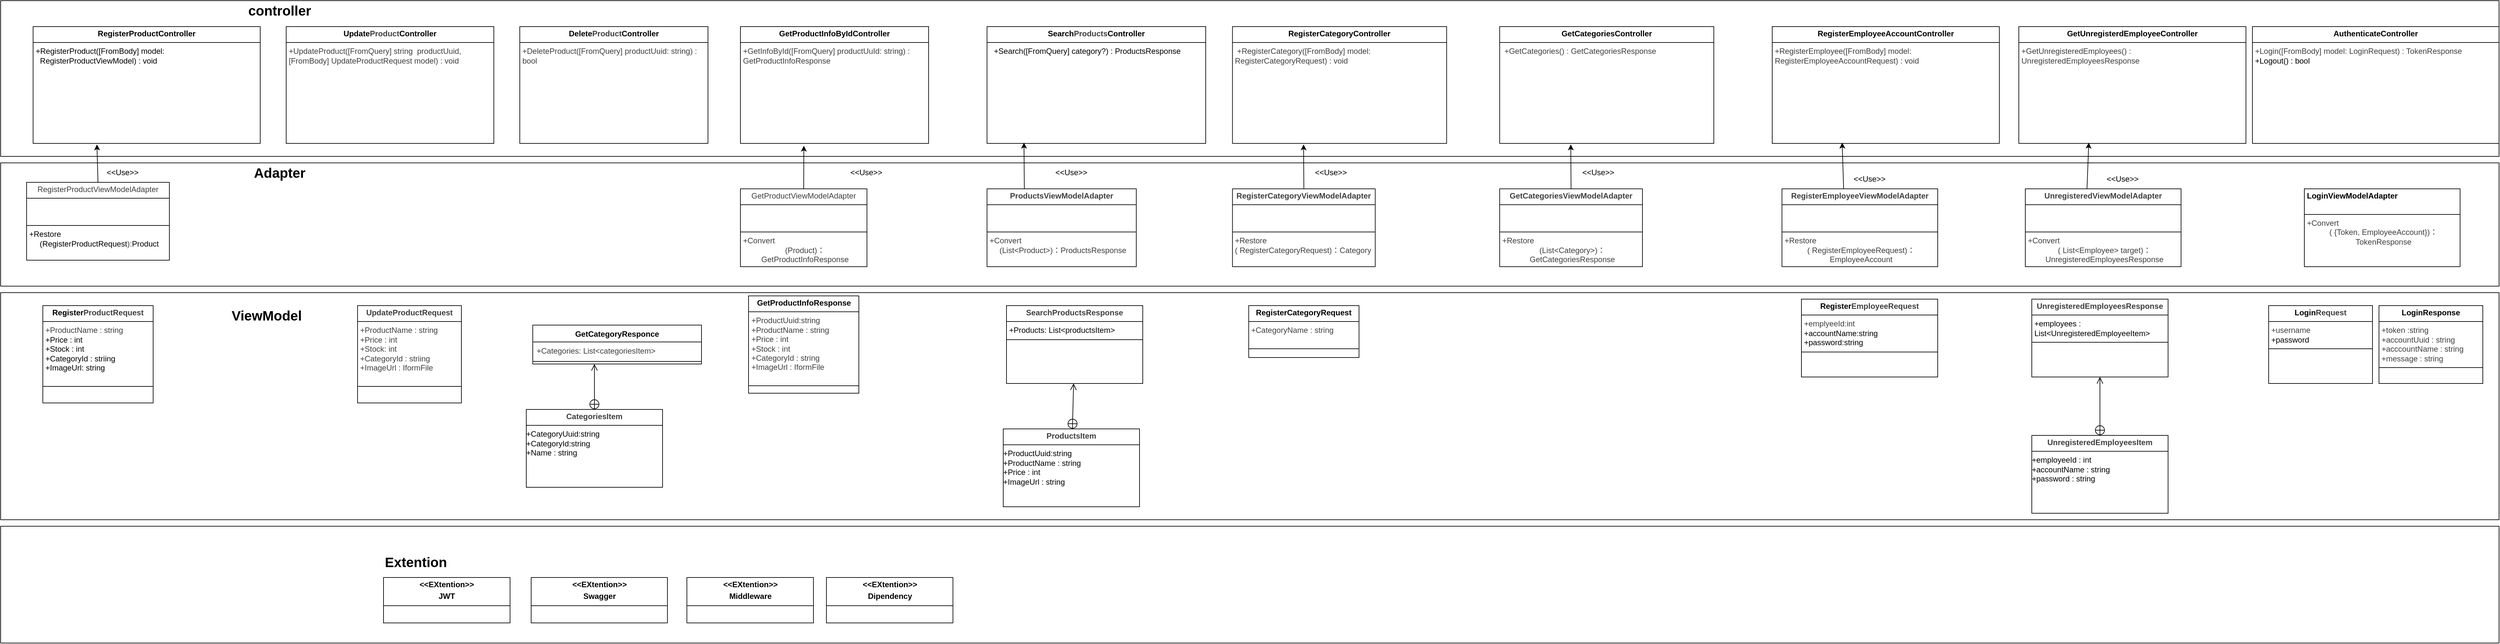
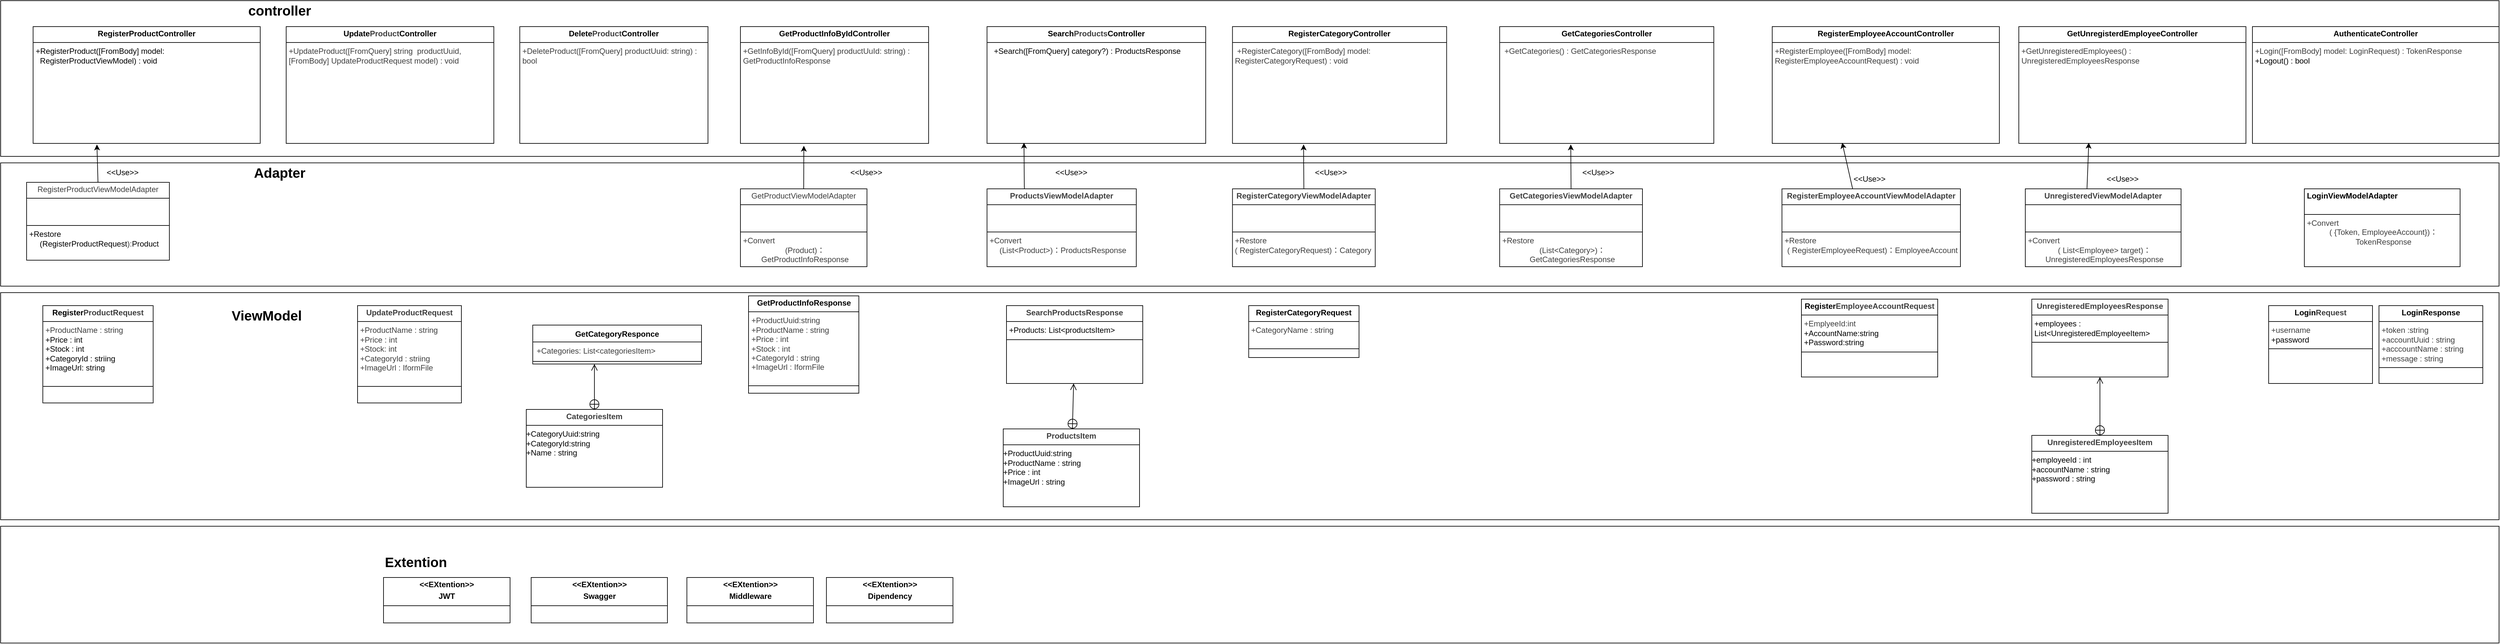
<mxfile host="65bd71144e">
    <diagram id="EApjV0AEF5bl3lN2ML2e" name="ページ1">
-         <mxGraphModel dx="2870" dy="493" grid="1" gridSize="10" guides="1" tooltips="1" connect="1" arrows="1" fold="1" page="1" pageScale="1" pageWidth="827" pageHeight="1169" math="0" shadow="0">
+         <mxGraphModel dx="2046" dy="498" grid="1" gridSize="10" guides="1" tooltips="1" connect="1" arrows="1" fold="1" page="1" pageScale="1" pageWidth="827" pageHeight="1169" math="0" shadow="0">
            <root>
                <mxCell id="0"/>
                <mxCell id="1" parent="0"/>
                <mxCell id="115" value="" style="rounded=0;whiteSpace=wrap;html=1;" parent="1" vertex="1">
                    <mxGeometry x="-1030" y="1640" width="3850" height="180" as="geometry"/>
                </mxCell>
                <mxCell id="110" value="" style="rounded=0;whiteSpace=wrap;html=1;" parent="1" vertex="1">
                    <mxGeometry x="-1030" y="1280" width="3850" height="350" as="geometry"/>
                </mxCell>
                <mxCell id="108" value="" style="rounded=0;whiteSpace=wrap;html=1;" parent="1" vertex="1">
                    <mxGeometry x="-1030" y="830" width="3850" height="240" as="geometry"/>
                </mxCell>
                <mxCell id="66" value="" style="rounded=0;whiteSpace=wrap;html=1;" parent="1" vertex="1">
                    <mxGeometry x="-1030" y="1080" width="3850" height="190" as="geometry"/>
                </mxCell>
                <mxCell id="2" value="&lt;p style=&quot;margin:0px;margin-top:4px;text-align:center;&quot;&gt;&lt;b&gt;RegisterProductController&lt;/b&gt;&lt;/p&gt;&lt;hr size=&quot;1&quot; style=&quot;border-style:solid;&quot;&gt;&lt;p style=&quot;margin:0px;margin-left:4px;&quot;&gt;+RegisterProduct([FromBody] model:&amp;nbsp; &amp;nbsp;&amp;nbsp;&lt;/p&gt;&lt;p style=&quot;margin:0px;margin-left:4px;&quot;&gt;&amp;nbsp; RegisterProductViewModel) : void&lt;/p&gt;&lt;div&gt;&lt;br&gt;&lt;/div&gt;" style="verticalAlign=top;align=left;overflow=fill;html=1;whiteSpace=wrap;" parent="1" vertex="1">
                    <mxGeometry x="-980" y="870" width="350" height="180" as="geometry"/>
                </mxCell>
                <mxCell id="3" value="&lt;p style=&quot;margin:0px;margin-top:4px;text-align:center;&quot;&gt;&lt;b&gt;Register&lt;span style=&quot;color: rgb(63, 63, 63);&quot;&gt;ProductRequest&lt;/span&gt;&lt;/b&gt;&lt;/p&gt;&lt;hr size=&quot;1&quot; style=&quot;border-style:solid;&quot;&gt;&lt;p style=&quot;margin:0px;margin-left:4px;&quot;&gt;&lt;span style=&quot;color: rgb(63, 63, 63); background-color: transparent;&quot;&gt;+ProductName : string&lt;/span&gt;&lt;/p&gt;&lt;p style=&quot;margin:0px;margin-left:4px;&quot;&gt;+Price : int&lt;/p&gt;&lt;p style=&quot;margin:0px;margin-left:4px;&quot;&gt;+Stock : int&lt;/p&gt;&lt;p style=&quot;margin:0px;margin-left:4px;&quot;&gt;+CategoryId : striing&lt;/p&gt;&lt;p style=&quot;margin:0px;margin-left:4px;&quot;&gt;+ImageUrl: string&lt;/p&gt;&lt;p style=&quot;margin:0px;margin-left:4px;&quot;&gt;&lt;br&gt;&lt;/p&gt;&lt;hr size=&quot;1&quot; style=&quot;border-style:solid;&quot;&gt;&lt;p style=&quot;margin:0px;margin-left:4px;&quot;&gt;&lt;br&gt;&lt;/p&gt;" style="verticalAlign=top;align=left;overflow=fill;html=1;whiteSpace=wrap;" parent="1" vertex="1">
                    <mxGeometry x="-965" y="1300" width="170" height="150" as="geometry"/>
                </mxCell>
                <mxCell id="4" value="&lt;p style=&quot;margin:0px;margin-top:4px;text-align:center;&quot;&gt;&lt;span style=&quot;color: rgb(63, 63, 63); background-color: transparent;&quot;&gt;Register&lt;span style=&quot;color: rgb(63, 63, 63); scrollbar-color: rgb(226, 226, 226) rgb(251, 251, 251);&quot;&gt;Product&lt;/span&gt;ViewModelAdapter&lt;/span&gt;&lt;/p&gt;&lt;hr size=&quot;1&quot; style=&quot;border-style:solid;&quot;&gt;&lt;p style=&quot;margin:0px;margin-left:4px;&quot;&gt;&lt;br&gt;&lt;/p&gt;&lt;p style=&quot;margin:0px;margin-left:4px;&quot;&gt;&lt;br&gt;&lt;/p&gt;&lt;hr size=&quot;1&quot; style=&quot;border-style:solid;&quot;&gt;&lt;p style=&quot;margin:0px;margin-left:4px;&quot;&gt;+Restore&lt;/p&gt;&lt;p style=&quot;text-align: center; margin: 0px 0px 0px 4px;&quot;&gt;&lt;span style=&quot;background-color: transparent;&quot;&gt;(RegisterProductRequest&lt;/span&gt;&lt;span style=&quot;background-color: transparent; color: rgb(63, 63, 63);&quot;&gt;):&lt;/span&gt;&lt;span style=&quot;background-color: transparent;&quot;&gt;Product&lt;/span&gt;&lt;/p&gt;" style="verticalAlign=top;align=left;overflow=fill;html=1;whiteSpace=wrap;" parent="1" vertex="1">
                    <mxGeometry x="-990" y="1110" width="220" height="120" as="geometry"/>
                </mxCell>
                <mxCell id="5" value="&lt;p style=&quot;margin:0px;margin-top:4px;text-align:center;&quot;&gt;&lt;b&gt;Update&lt;/b&gt;&lt;b style=&quot;color: rgb(63, 63, 63); scrollbar-color: rgb(226, 226, 226) rgb(251, 251, 251);&quot;&gt;Product&lt;/b&gt;&lt;b&gt;Controller&lt;/b&gt;&lt;/p&gt;&lt;hr size=&quot;1&quot; style=&quot;border-style:solid;&quot;&gt;&lt;p style=&quot;margin:0px;margin-left:4px;&quot;&gt;&lt;/p&gt;&lt;p style=&quot;margin:0px;margin-left:4px;&quot;&gt;&lt;span style=&quot;color: rgb(63, 63, 63); background-color: transparent;&quot;&gt;+UpdateProduct([FromQuery] string&amp;nbsp; productUuid,&amp;nbsp; [FromBody] UpdateProductRequest model) : void&lt;/span&gt;&lt;/p&gt;" style="verticalAlign=top;align=left;overflow=fill;html=1;whiteSpace=wrap;" parent="1" vertex="1">
                    <mxGeometry x="-590" y="870" width="320" height="180" as="geometry"/>
                </mxCell>
                <mxCell id="6" value="&lt;p style=&quot;margin:0px;margin-top:4px;text-align:center;&quot;&gt;&lt;b&gt;Delete&lt;/b&gt;&lt;b style=&quot;color: rgb(63, 63, 63); scrollbar-color: rgb(226, 226, 226) rgb(251, 251, 251);&quot;&gt;Product&lt;/b&gt;&lt;b&gt;Controller&lt;/b&gt;&lt;/p&gt;&lt;hr size=&quot;1&quot; style=&quot;border-style:solid;&quot;&gt;&lt;p style=&quot;color: rgb(63, 63, 63); scrollbar-color: rgb(226, 226, 226) rgb(251, 251, 251); margin: 0px 0px 0px 4px;&quot;&gt;&lt;span style=&quot;background-color: transparent;&quot;&gt;+DeleteProduct([FromQuery] productUuid: string) : bool&lt;/span&gt;&lt;/p&gt;" style="verticalAlign=top;align=left;overflow=fill;html=1;whiteSpace=wrap;" parent="1" vertex="1">
                    <mxGeometry x="-230" y="870" width="290" height="180" as="geometry"/>
                </mxCell>
                <mxCell id="7" value="&lt;p style=&quot;margin:0px;margin-top:4px;text-align:center;&quot;&gt;&lt;b&gt;Search&lt;/b&gt;&lt;b style=&quot;color: rgb(63, 63, 63); scrollbar-color: rgb(226, 226, 226) rgb(251, 251, 251);&quot;&gt;Products&lt;/b&gt;&lt;b&gt;Controller&lt;/b&gt;&lt;/p&gt;&lt;hr size=&quot;1&quot; style=&quot;border-style:solid;&quot;&gt;&lt;p style=&quot;margin:0px;margin-left:4px;&quot;&gt;&amp;nbsp; +Search([FromQuery] category?) : ProductsResponse&lt;/p&gt;" style="verticalAlign=top;align=left;overflow=fill;html=1;whiteSpace=wrap;" parent="1" vertex="1">
                    <mxGeometry x="490" y="870" width="337" height="180" as="geometry"/>
                </mxCell>
                <mxCell id="8" value="&lt;p style=&quot;margin:0px;margin-top:4px;text-align:center;&quot;&gt;&lt;b&gt;RegisterEmployeeAccountController&lt;/b&gt;&lt;/p&gt;&lt;hr size=&quot;1&quot; style=&quot;border-style:solid;&quot;&gt;&lt;p style=&quot;margin:0px;margin-left:4px;&quot;&gt;&lt;span style=&quot;color: rgb(63, 63, 63); background-color: transparent;&quot;&gt;+RegisterEmployee([FromBody] model: RegisterEmployeeAccountRequest) : void&lt;/span&gt;&lt;/p&gt;&lt;div&gt;&lt;br&gt;&lt;/div&gt;" style="verticalAlign=top;align=left;overflow=fill;html=1;whiteSpace=wrap;" parent="1" vertex="1">
                    <mxGeometry x="1700" y="870" width="350" height="180" as="geometry"/>
                </mxCell>
                <mxCell id="9" value="&lt;p style=&quot;margin:0px;margin-top:4px;text-align:center;&quot;&gt;&lt;b&gt;AuthenticateController&lt;/b&gt;&lt;/p&gt;&lt;hr size=&quot;1&quot; style=&quot;border-style:solid;&quot;&gt;&lt;p style=&quot;margin:0px;margin-left:4px;&quot;&gt;&lt;span style=&quot;color: rgb(63, 63, 63); background-color: transparent;&quot;&gt;+Login([FromBody] model: LoginRequest) : TokenResponse&amp;nbsp;&lt;/span&gt;&lt;/p&gt;&lt;p style=&quot;margin:0px;margin-left:4px;&quot;&gt;+Logout() : bool&lt;/p&gt;" style="verticalAlign=top;align=left;overflow=fill;html=1;whiteSpace=wrap;" parent="1" vertex="1">
                    <mxGeometry x="2440" y="870" width="380" height="180" as="geometry"/>
                </mxCell>
                <mxCell id="10" value="&lt;p style=&quot;margin:0px;margin-top:4px;text-align:center;&quot;&gt;&lt;b&gt;&lt;span style=&quot;background-color: transparent; color: rgb(63, 63, 63); scrollbar-color: rgb(226, 226, 226) rgb(251, 251, 251);&quot;&gt;Update&lt;/span&gt;&lt;span style=&quot;color: rgb(63, 63, 63);&quot;&gt;ProductRequest&lt;/span&gt;&lt;/b&gt;&lt;/p&gt;&lt;hr size=&quot;1&quot; style=&quot;border-style:solid;&quot;&gt;&lt;p style=&quot;color: rgb(63, 63, 63); scrollbar-color: rgb(226, 226, 226) rgb(251, 251, 251); margin: 0px 0px 0px 4px;&quot;&gt;&lt;span style=&quot;scrollbar-color: rgb(226, 226, 226) rgb(251, 251, 251); background-color: transparent; color: rgb(63, 63, 63);&quot;&gt;+ProductName : string&lt;/span&gt;&lt;/p&gt;&lt;p style=&quot;color: rgb(63, 63, 63); scrollbar-color: rgb(226, 226, 226) rgb(251, 251, 251); margin: 0px 0px 0px 4px;&quot;&gt;+Price : int&lt;/p&gt;&lt;p style=&quot;color: rgb(63, 63, 63); scrollbar-color: rgb(226, 226, 226) rgb(251, 251, 251); margin: 0px 0px 0px 4px;&quot;&gt;+Stock: int&lt;/p&gt;&lt;p style=&quot;color: rgb(63, 63, 63); scrollbar-color: rgb(226, 226, 226) rgb(251, 251, 251); margin: 0px 0px 0px 4px;&quot;&gt;+CategoryId : striing&lt;/p&gt;&lt;p style=&quot;color: rgb(63, 63, 63); scrollbar-color: rgb(226, 226, 226) rgb(251, 251, 251); margin: 0px 0px 0px 4px;&quot;&gt;+ImageUrl : IformFile&lt;/p&gt;&lt;p style=&quot;color: rgb(63, 63, 63); scrollbar-color: rgb(226, 226, 226) rgb(251, 251, 251); margin: 0px 0px 0px 4px;&quot;&gt;&lt;br style=&quot;color: rgb(63, 63, 63); scrollbar-color: rgb(226, 226, 226) rgb(251, 251, 251);&quot;&gt;&lt;/p&gt;&lt;hr size=&quot;1&quot; style=&quot;border-style:solid;&quot;&gt;&lt;p style=&quot;margin:0px;margin-left:4px;&quot;&gt;&lt;br&gt;&lt;/p&gt;" style="verticalAlign=top;align=left;overflow=fill;html=1;whiteSpace=wrap;" parent="1" vertex="1">
                    <mxGeometry x="-480" y="1300" width="160" height="150" as="geometry"/>
                </mxCell>
-                 <mxCell id="12" value="&lt;p style=&quot;margin:0px;margin-top:4px;text-align:center;&quot;&gt;&lt;b&gt;Register&lt;/b&gt;&lt;b style=&quot;scrollbar-color: rgb(226, 226, 226) rgb(251, 251, 251); background-color: transparent; color: rgb(63, 63, 63);&quot;&gt;EmployeeRequest&lt;/b&gt;&lt;/p&gt;&lt;hr size=&quot;1&quot; style=&quot;border-style:solid;&quot;&gt;&lt;p style=&quot;margin:0px;margin-left:4px;&quot;&gt;&lt;span style=&quot;color: rgb(63, 63, 63); background-color: transparent;&quot;&gt;+emplyeeId:int&lt;/span&gt;&lt;/p&gt;&lt;p style=&quot;margin:0px;margin-left:4px;&quot;&gt;+accountName:string&lt;/p&gt;&lt;p style=&quot;margin:0px;margin-left:4px;&quot;&gt;+password:string&lt;/p&gt;&lt;hr size=&quot;1&quot; style=&quot;border-style:solid;&quot;&gt;&lt;p style=&quot;margin:0px;margin-left:4px;&quot;&gt;&lt;br&gt;&lt;/p&gt;" style="verticalAlign=top;align=left;overflow=fill;html=1;whiteSpace=wrap;" parent="1" vertex="1">
+                 <mxCell id="12" value="&lt;p style=&quot;margin:0px;margin-top:4px;text-align:center;&quot;&gt;&lt;b&gt;Register&lt;/b&gt;&lt;b style=&quot;scrollbar-color: rgb(226, 226, 226) rgb(251, 251, 251); background-color: transparent; color: rgb(63, 63, 63);&quot;&gt;EmployeeAccountRequest&lt;/b&gt;&lt;/p&gt;&lt;hr size=&quot;1&quot; style=&quot;border-style:solid;&quot;&gt;&lt;p style=&quot;margin:0px;margin-left:4px;&quot;&gt;&lt;span style=&quot;color: rgb(63, 63, 63); background-color: transparent;&quot;&gt;+EmplyeeId:int&lt;/span&gt;&lt;/p&gt;&lt;p style=&quot;margin:0px;margin-left:4px;&quot;&gt;+AccountName:string&lt;/p&gt;&lt;p style=&quot;margin:0px;margin-left:4px;&quot;&gt;+Password:string&lt;/p&gt;&lt;hr size=&quot;1&quot; style=&quot;border-style:solid;&quot;&gt;&lt;p style=&quot;margin:0px;margin-left:4px;&quot;&gt;&lt;br&gt;&lt;/p&gt;" style="verticalAlign=top;align=left;overflow=fill;html=1;whiteSpace=wrap;" parent="1" vertex="1">
                    <mxGeometry x="1745" y="1290" width="210" height="120" as="geometry"/>
                </mxCell>
-                 <mxCell id="13" value="&lt;p style=&quot;margin:0px;margin-top:4px;text-align:center;&quot;&gt;&lt;b style=&quot;color: rgb(63, 63, 63); background-color: transparent;&quot;&gt;Register&lt;span style=&quot;color: rgb(63, 63, 63);&quot;&gt;Employee&lt;/span&gt;ViewModelAdapter&lt;/b&gt;&lt;/p&gt;&lt;hr size=&quot;1&quot; style=&quot;border-style:solid;&quot;&gt;&lt;p style=&quot;margin:0px;margin-left:4px;&quot;&gt;&lt;br&gt;&lt;/p&gt;&lt;p style=&quot;margin:0px;margin-left:4px;&quot;&gt;&lt;br&gt;&lt;/p&gt;&lt;hr size=&quot;1&quot; style=&quot;border-style:solid;&quot;&gt;&lt;p style=&quot;margin:0px;margin-left:4px;&quot;&gt;&lt;span style=&quot;color: rgb(63, 63, 63); scrollbar-color: rgb(226, 226, 226) rgb(251, 251, 251); background-color: transparent;&quot;&gt;+Restore&lt;/span&gt;&lt;/p&gt;&lt;p style=&quot;text-align: center; margin: 0px 0px 0px 4px;&quot;&gt;&lt;span style=&quot;color: rgb(63, 63, 63); scrollbar-color: rgb(226, 226, 226) rgb(251, 251, 251); background-color: transparent;&quot;&gt;(&lt;/span&gt;&lt;span style=&quot;scrollbar-color: rgb(226, 226, 226) rgb(251, 251, 251); background-color: transparent; text-align: center; color: rgb(63, 63, 63);&quot;&gt;&amp;nbsp;RegisterEmployeeRequest&lt;/span&gt;&lt;span style=&quot;background-color: transparent; scrollbar-color: rgb(226, 226, 226) rgb(251, 251, 251); color: rgb(63, 63, 63);&quot;&gt;)&lt;/span&gt;&lt;span style=&quot;background-color: transparent; color: rgb(63, 63, 63);&quot;&gt;：EmployeeAccount&lt;/span&gt;&lt;/p&gt;" style="verticalAlign=top;align=left;overflow=fill;html=1;whiteSpace=wrap;" parent="1" vertex="1">
-                     <mxGeometry x="1715" y="1120" width="240" height="120" as="geometry"/>
+                 <mxCell id="13" value="&lt;p style=&quot;margin:0px;margin-top:4px;text-align:center;&quot;&gt;&lt;b style=&quot;color: rgb(63, 63, 63); background-color: transparent;&quot;&gt;Register&lt;span style=&quot;color: rgb(63, 63, 63);&quot;&gt;EmployeeAccount&lt;/span&gt;ViewModelAdapter&lt;/b&gt;&lt;/p&gt;&lt;hr size=&quot;1&quot; style=&quot;border-style:solid;&quot;&gt;&lt;p style=&quot;margin:0px;margin-left:4px;&quot;&gt;&lt;br&gt;&lt;/p&gt;&lt;p style=&quot;margin:0px;margin-left:4px;&quot;&gt;&lt;br&gt;&lt;/p&gt;&lt;hr size=&quot;1&quot; style=&quot;border-style:solid;&quot;&gt;&lt;p style=&quot;margin:0px;margin-left:4px;&quot;&gt;&lt;span style=&quot;color: rgb(63, 63, 63); scrollbar-color: rgb(226, 226, 226) rgb(251, 251, 251); background-color: transparent;&quot;&gt;+Restore&lt;/span&gt;&lt;/p&gt;&lt;p style=&quot;text-align: center; margin: 0px 0px 0px 4px;&quot;&gt;&lt;span style=&quot;color: rgb(63, 63, 63); scrollbar-color: rgb(226, 226, 226) rgb(251, 251, 251); background-color: transparent;&quot;&gt;(&lt;/span&gt;&lt;span style=&quot;scrollbar-color: rgb(226, 226, 226) rgb(251, 251, 251); background-color: transparent; text-align: center; color: rgb(63, 63, 63);&quot;&gt;&amp;nbsp;RegisterEmployeeRequest&lt;/span&gt;&lt;span style=&quot;background-color: transparent; scrollbar-color: rgb(226, 226, 226) rgb(251, 251, 251); color: rgb(63, 63, 63);&quot;&gt;)&lt;/span&gt;&lt;span style=&quot;background-color: transparent; color: rgb(63, 63, 63);&quot;&gt;：EmployeeAccount&lt;/span&gt;&lt;/p&gt;" style="verticalAlign=top;align=left;overflow=fill;html=1;whiteSpace=wrap;" parent="1" vertex="1">
+                     <mxGeometry x="1715" y="1120" width="275" height="120" as="geometry"/>
                </mxCell>
                <mxCell id="16" value="&lt;p style=&quot;margin:0px;margin-top:4px;text-align:center;&quot;&gt;&lt;b&gt;Login&lt;span style=&quot;color: rgb(63, 63, 63);&quot;&gt;Request&lt;/span&gt;&lt;/b&gt;&lt;/p&gt;&lt;hr size=&quot;1&quot; style=&quot;border-style:solid;&quot;&gt;&lt;p style=&quot;margin:0px;margin-left:4px;&quot;&gt;&lt;span style=&quot;color: rgb(63, 63, 63); background-color: transparent;&quot;&gt;+username&lt;/span&gt;&lt;/p&gt;&lt;p style=&quot;margin:0px;margin-left:4px;&quot;&gt;+password&lt;/p&gt;&lt;hr size=&quot;1&quot; style=&quot;border-style:solid;&quot;&gt;&lt;p style=&quot;margin:0px;margin-left:4px;&quot;&gt;&lt;br&gt;&lt;/p&gt;" style="verticalAlign=top;align=left;overflow=fill;html=1;whiteSpace=wrap;" parent="1" vertex="1">
                    <mxGeometry x="2465" y="1300" width="160" height="120" as="geometry"/>
                </mxCell>
                <mxCell id="17" value="&lt;p style=&quot;margin:0px;margin-top:4px;text-align:center;&quot;&gt;&lt;b&gt;LoginResponse&lt;/b&gt;&lt;/p&gt;&lt;hr size=&quot;1&quot; style=&quot;border-style:solid;&quot;&gt;&lt;p style=&quot;margin:0px;margin-left:4px;&quot;&gt;&lt;span style=&quot;color: rgb(63, 63, 63); background-color: transparent;&quot;&gt;+token :string&lt;/span&gt;&lt;/p&gt;&lt;p style=&quot;margin:0px;margin-left:4px;&quot;&gt;&lt;span style=&quot;color: rgb(63, 63, 63); background-color: transparent;&quot;&gt;+accountUuid : string&lt;/span&gt;&lt;/p&gt;&lt;p style=&quot;margin:0px;margin-left:4px;&quot;&gt;&lt;span style=&quot;color: rgb(63, 63, 63); background-color: transparent;&quot;&gt;+acccountName : string&lt;/span&gt;&lt;/p&gt;&lt;p style=&quot;margin:0px;margin-left:4px;&quot;&gt;&lt;span style=&quot;color: rgb(63, 63, 63); background-color: transparent;&quot;&gt;+message : string&lt;/span&gt;&lt;/p&gt;&lt;hr size=&quot;1&quot; style=&quot;border-style:solid;&quot;&gt;&lt;p style=&quot;margin:0px;margin-left:4px;&quot;&gt;&lt;br&gt;&lt;/p&gt;" style="verticalAlign=top;align=left;overflow=fill;html=1;whiteSpace=wrap;" parent="1" vertex="1">
                    <mxGeometry x="2635" y="1300" width="160" height="120" as="geometry"/>
                </mxCell>
                <mxCell id="18" value="&lt;p style=&quot;margin:0px;margin-top:4px;text-align:center;&quot;&gt;&lt;b&gt;&amp;lt;&amp;lt;EXtention&amp;gt;&amp;gt;&lt;/b&gt;&lt;/p&gt;&lt;p style=&quot;margin:0px;margin-top:4px;text-align:center;&quot;&gt;&lt;b&gt;JWT&lt;/b&gt;&lt;/p&gt;&lt;hr size=&quot;1&quot; style=&quot;border-style:solid;&quot;&gt;&lt;p style=&quot;margin:0px;margin-left:4px;&quot;&gt;&lt;br&gt;&lt;/p&gt;&lt;p style=&quot;margin:0px;margin-left:4px;&quot;&gt;&lt;br&gt;&lt;/p&gt;&lt;hr size=&quot;1&quot; style=&quot;border-style:solid;&quot;&gt;&lt;p style=&quot;margin:0px;margin-left:4px;&quot;&gt;&lt;br&gt;&lt;/p&gt;&lt;p style=&quot;margin:0px;margin-left:4px;&quot;&gt;&lt;br&gt;&lt;/p&gt;" style="verticalAlign=top;align=left;overflow=fill;html=1;whiteSpace=wrap;" parent="1" vertex="1">
                    <mxGeometry x="-440" y="1719" width="195" height="70" as="geometry"/>
                </mxCell>
                <mxCell id="19" value="&lt;p style=&quot;margin:0px;margin-top:4px;text-align:center;&quot;&gt;&lt;b&gt;&amp;lt;&amp;lt;EXtention&amp;gt;&amp;gt;&lt;/b&gt;&lt;/p&gt;&lt;p style=&quot;margin:0px;margin-top:4px;text-align:center;&quot;&gt;&lt;b&gt;Swagger&lt;/b&gt;&lt;/p&gt;&lt;hr size=&quot;1&quot; style=&quot;border-style:solid;&quot;&gt;&lt;p style=&quot;margin:0px;margin-left:4px;&quot;&gt;&lt;br&gt;&lt;/p&gt;&lt;p style=&quot;margin:0px;margin-left:4px;&quot;&gt;&lt;br&gt;&lt;/p&gt;&lt;hr size=&quot;1&quot; style=&quot;border-style:solid;&quot;&gt;&lt;p style=&quot;margin:0px;margin-left:4px;&quot;&gt;&lt;br&gt;&lt;/p&gt;" style="verticalAlign=top;align=left;overflow=fill;html=1;whiteSpace=wrap;" parent="1" vertex="1">
                    <mxGeometry x="-212.5" y="1719" width="210" height="70" as="geometry"/>
                </mxCell>
                <mxCell id="20" value="&lt;p style=&quot;margin:0px;margin-top:4px;text-align:center;&quot;&gt;&lt;b&gt;&amp;lt;&amp;lt;EXtention&amp;gt;&amp;gt;&lt;/b&gt;&lt;/p&gt;&lt;p style=&quot;margin:0px;margin-top:4px;text-align:center;&quot;&gt;&lt;b&gt;Middleware&lt;/b&gt;&lt;/p&gt;&lt;hr size=&quot;1&quot; style=&quot;border-style:solid;&quot;&gt;&lt;p style=&quot;margin:0px;margin-left:4px;&quot;&gt;&lt;br&gt;&lt;/p&gt;&lt;hr size=&quot;1&quot; style=&quot;border-style:solid;&quot;&gt;&lt;p style=&quot;margin:0px;margin-left:4px;&quot;&gt;&lt;br&gt;&lt;/p&gt;" style="verticalAlign=top;align=left;overflow=fill;html=1;whiteSpace=wrap;" parent="1" vertex="1">
                    <mxGeometry x="27.5" y="1719" width="195" height="70" as="geometry"/>
                </mxCell>
                <mxCell id="21" value="&lt;p style=&quot;margin:0px;margin-top:4px;text-align:center;&quot;&gt;&lt;b&gt;&amp;lt;&amp;lt;EXtention&amp;gt;&amp;gt;&lt;/b&gt;&lt;/p&gt;&lt;p style=&quot;margin:0px;margin-top:4px;text-align:center;&quot;&gt;&lt;b&gt;Dipendency&lt;/b&gt;&lt;/p&gt;&lt;hr size=&quot;1&quot; style=&quot;border-style:solid;&quot;&gt;&lt;p style=&quot;margin:0px;margin-left:4px;&quot;&gt;&lt;br&gt;&lt;/p&gt;&lt;hr size=&quot;1&quot; style=&quot;border-style:solid;&quot;&gt;&lt;p style=&quot;margin:0px;margin-left:4px;&quot;&gt;&lt;br&gt;&lt;/p&gt;&lt;p style=&quot;margin:0px;margin-left:4px;&quot;&gt;&lt;br&gt;&lt;/p&gt;" style="verticalAlign=top;align=left;overflow=fill;html=1;whiteSpace=wrap;" parent="1" vertex="1">
                    <mxGeometry x="242.5" y="1719" width="195" height="70" as="geometry"/>
                </mxCell>
                <mxCell id="22" value="&lt;p style=&quot;margin:0px;margin-top:4px;text-align:center;&quot;&gt;&lt;b&gt;RegisterCategoryController&lt;/b&gt;&lt;/p&gt;&lt;hr size=&quot;1&quot; style=&quot;border-style:solid;&quot;&gt;&lt;p style=&quot;margin:0px;margin-left:4px;&quot;&gt;&lt;/p&gt;&lt;p style=&quot;margin:0px;margin-left:4px;&quot;&gt;&lt;span style=&quot;color: rgb(63, 63, 63); background-color: transparent;&quot;&gt;&amp;nbsp;+RegisterCategory([FromBody] model: RegisterCategoryRequest) : void&lt;/span&gt;&lt;/p&gt;" style="verticalAlign=top;align=left;overflow=fill;html=1;whiteSpace=wrap;" parent="1" vertex="1">
                    <mxGeometry x="868.25" y="870" width="330" height="180" as="geometry"/>
                </mxCell>
                <mxCell id="23" value="&lt;p style=&quot;margin:0px;margin-top:4px;text-align:center;&quot;&gt;&lt;b&gt;RegisterCategoryRequest&lt;/b&gt;&lt;/p&gt;&lt;hr size=&quot;1&quot; style=&quot;border-style:solid;&quot;&gt;&lt;p style=&quot;color: rgb(63, 63, 63); scrollbar-color: rgb(226, 226, 226) rgb(251, 251, 251); margin: 0px 0px 0px 4px;&quot;&gt;+CategoryName : string&lt;/p&gt;&lt;p style=&quot;margin:0px;margin-left:4px;&quot;&gt;&lt;br&gt;&lt;/p&gt;&lt;hr size=&quot;1&quot; style=&quot;border-style:solid;&quot;&gt;&lt;p style=&quot;margin:0px;margin-left:4px;&quot;&gt;&lt;br&gt;&lt;/p&gt;" style="verticalAlign=top;align=left;overflow=fill;html=1;whiteSpace=wrap;" parent="1" vertex="1">
                    <mxGeometry x="893.25" y="1300" width="170" height="80" as="geometry"/>
                </mxCell>
                <mxCell id="26" style="edgeStyle=none;html=1;exitX=0.5;exitY=0;exitDx=0;exitDy=0;entryX=0.281;entryY=1.009;entryDx=0;entryDy=0;entryPerimeter=0;" parent="1" source="4" target="2" edge="1">
                    <mxGeometry relative="1" as="geometry"/>
                </mxCell>
                <mxCell id="31" value="&lt;p style=&quot;margin:0px;margin-top:4px;text-align:center;&quot;&gt;&lt;b style=&quot;color: rgb(63, 63, 63); background-color: transparent;&quot;&gt;RegisterCategoryViewModelAdapter&lt;/b&gt;&lt;/p&gt;&lt;hr size=&quot;1&quot; style=&quot;border-style:solid;&quot;&gt;&lt;p style=&quot;margin:0px;margin-left:4px;&quot;&gt;&lt;br&gt;&lt;/p&gt;&lt;p style=&quot;margin:0px;margin-left:4px;&quot;&gt;&lt;br&gt;&lt;/p&gt;&lt;hr size=&quot;1&quot; style=&quot;border-style:solid;&quot;&gt;&lt;p style=&quot;margin:0px;margin-left:4px;&quot;&gt;&lt;span style=&quot;color: rgb(63, 63, 63); scrollbar-color: rgb(226, 226, 226) rgb(251, 251, 251); background-color: transparent;&quot;&gt;+Restore&lt;/span&gt;&lt;/p&gt;&lt;p style=&quot;margin:0px;margin-left:4px;&quot;&gt;&lt;span style=&quot;color: rgb(63, 63, 63); scrollbar-color: rgb(226, 226, 226) rgb(251, 251, 251); background-color: transparent;&quot;&gt;(&lt;/span&gt;&lt;span style=&quot;scrollbar-color: rgb(226, 226, 226) rgb(251, 251, 251); background-color: transparent; text-align: center; color: rgb(63, 63, 63);&quot;&gt;&amp;nbsp;RegisterCategoryRequest&lt;/span&gt;&lt;span style=&quot;background-color: transparent; scrollbar-color: rgb(226, 226, 226) rgb(251, 251, 251); color: rgb(63, 63, 63);&quot;&gt;)&lt;/span&gt;&lt;span style=&quot;background-color: transparent; color: rgb(63, 63, 63);&quot;&gt;：Category&lt;/span&gt;&lt;/p&gt;" style="verticalAlign=top;align=left;overflow=fill;html=1;whiteSpace=wrap;" parent="1" vertex="1">
                    <mxGeometry x="868.25" y="1120" width="220" height="120" as="geometry"/>
                </mxCell>
                <mxCell id="33" style="edgeStyle=none;html=1;exitX=0.5;exitY=0;exitDx=0;exitDy=0;entryX=0.332;entryY=1.009;entryDx=0;entryDy=0;entryPerimeter=0;" parent="1" source="31" target="22" edge="1">
                    <mxGeometry relative="1" as="geometry"/>
                </mxCell>
                <mxCell id="34" style="edgeStyle=none;html=1;exitX=0.396;exitY=0;exitDx=0;exitDy=0;entryX=0.308;entryY=0.994;entryDx=0;entryDy=0;entryPerimeter=0;exitPerimeter=0;" parent="1" source="13" target="8" edge="1">
                    <mxGeometry relative="1" as="geometry"/>
                </mxCell>
                <mxCell id="38" value="&amp;lt;&amp;lt;Use&amp;gt;&amp;gt;" style="text;html=1;align=center;verticalAlign=middle;whiteSpace=wrap;rounded=0;" parent="1" vertex="1">
                    <mxGeometry x="1820" y="1090" width="60" height="30" as="geometry"/>
                </mxCell>
                <mxCell id="39" value="&amp;lt;&amp;lt;Use&amp;gt;&amp;gt;" style="text;html=1;align=center;verticalAlign=middle;whiteSpace=wrap;rounded=0;" parent="1" vertex="1">
                    <mxGeometry x="990" y="1080" width="60" height="30" as="geometry"/>
                </mxCell>
                <mxCell id="42" value="&amp;lt;&amp;lt;Use&amp;gt;&amp;gt;" style="text;html=1;align=center;verticalAlign=middle;whiteSpace=wrap;rounded=0;" parent="1" vertex="1">
                    <mxGeometry x="-871.75" y="1080" width="60" height="30" as="geometry"/>
                </mxCell>
                <mxCell id="47" value="controller" style="text;html=1;align=center;verticalAlign=middle;whiteSpace=wrap;rounded=0;fontStyle=1;fontSize=21;" parent="1" vertex="1">
                    <mxGeometry x="-630" y="830" width="60" height="30" as="geometry"/>
                </mxCell>
                <mxCell id="64" value="Adapter" style="text;html=1;align=center;verticalAlign=middle;whiteSpace=wrap;rounded=0;fontStyle=1;fontSize=21;" parent="1" vertex="1">
                    <mxGeometry x="-630" y="1080" width="60" height="30" as="geometry"/>
                </mxCell>
                <mxCell id="67" value="ViewModel" style="text;html=1;align=center;verticalAlign=middle;whiteSpace=wrap;rounded=0;fontStyle=1;fontSize=21;" parent="1" vertex="1">
                    <mxGeometry x="-650" y="1300" width="60" height="30" as="geometry"/>
                </mxCell>
                <mxCell id="68" value="Extention" style="text;html=1;align=center;verticalAlign=middle;whiteSpace=wrap;rounded=0;fontStyle=1;fontSize=21;" parent="1" vertex="1">
                    <mxGeometry x="-420" y="1680" width="60" height="30" as="geometry"/>
                </mxCell>
                <mxCell id="80" value="&lt;p style=&quot;margin:0px;margin-top:4px;text-align:center;&quot;&gt;&lt;span style=&quot;color: rgb(63, 63, 63); background-color: transparent;&quot;&gt;&lt;b&gt;&lt;span style=&quot;color: rgb(63, 63, 63);&quot;&gt;Products&lt;/span&gt;ViewModelAdapter&lt;/b&gt;&lt;/span&gt;&lt;/p&gt;&lt;hr size=&quot;1&quot; style=&quot;border-style:solid;&quot;&gt;&lt;p style=&quot;margin:0px;margin-left:4px;&quot;&gt;&lt;br&gt;&lt;/p&gt;&lt;p style=&quot;margin:0px;margin-left:4px;&quot;&gt;&lt;br&gt;&lt;/p&gt;&lt;hr size=&quot;1&quot; style=&quot;border-style:solid;&quot;&gt;&lt;p style=&quot;margin:0px;margin-left:4px;&quot;&gt;&lt;span style=&quot;color: rgb(63, 63, 63); scrollbar-color: rgb(226, 226, 226) rgb(251, 251, 251); background-color: transparent;&quot;&gt;+Convert&lt;/span&gt;&lt;/p&gt;&lt;p style=&quot;text-align: center; margin: 0px 0px 0px 4px;&quot;&gt;&lt;span style=&quot;color: rgb(63, 63, 63); scrollbar-color: rgb(226, 226, 226) rgb(251, 251, 251); background-color: transparent;&quot;&gt;(List&amp;lt;Product&amp;gt;&lt;/span&gt;&lt;span style=&quot;background-color: transparent; scrollbar-color: rgb(226, 226, 226) rgb(251, 251, 251); color: rgb(63, 63, 63);&quot;&gt;)&lt;/span&gt;&lt;span style=&quot;background-color: transparent; color: rgb(63, 63, 63);&quot;&gt;：&lt;/span&gt;&lt;span style=&quot;background-color: transparent; scrollbar-color: rgb(226, 226, 226) rgb(251, 251, 251); color: rgb(63, 63, 63);&quot;&gt;ProductsResponse&lt;/span&gt;&lt;/p&gt;" style="verticalAlign=top;align=left;overflow=fill;html=1;whiteSpace=wrap;" parent="1" vertex="1">
                    <mxGeometry x="490" y="1120" width="230" height="120" as="geometry"/>
                </mxCell>
                <mxCell id="81" value="&amp;lt;&amp;lt;Use&amp;gt;&amp;gt;" style="text;html=1;align=center;verticalAlign=middle;whiteSpace=wrap;rounded=0;" parent="1" vertex="1">
                    <mxGeometry x="590" y="1080" width="60" height="30" as="geometry"/>
                </mxCell>
                <mxCell id="82" style="edgeStyle=none;html=1;exitX=0.25;exitY=0;exitDx=0;exitDy=0;entryX=0.169;entryY=0.994;entryDx=0;entryDy=0;entryPerimeter=0;" parent="1" source="80" target="7" edge="1">
                    <mxGeometry relative="1" as="geometry"/>
                </mxCell>
                <mxCell id="84" value="&lt;p style=&quot;margin:0px;margin-top:4px;text-align:center;&quot;&gt;&lt;b&gt;GetUnregisterdEmployeeController&lt;/b&gt;&lt;/p&gt;&lt;hr size=&quot;1&quot; style=&quot;border-style:solid;&quot;&gt;&lt;p style=&quot;margin:0px;margin-left:4px;&quot;&gt;&lt;span style=&quot;color: rgb(63, 63, 63); background-color: transparent;&quot;&gt;+GetUnregisteredEmployees() : UnregisteredEmployeesResponse&lt;/span&gt;&lt;/p&gt;&lt;div&gt;&lt;br&gt;&lt;/div&gt;" style="verticalAlign=top;align=left;overflow=fill;html=1;whiteSpace=wrap;" parent="1" vertex="1">
                    <mxGeometry x="2080" y="870" width="350" height="180" as="geometry"/>
                </mxCell>
                <mxCell id="85" value="&lt;p style=&quot;margin:0px;margin-top:4px;text-align:center;&quot;&gt;&lt;b style=&quot;color: rgb(63, 63, 63); background-color: transparent;&quot;&gt;UnregisteredViewModelAdapter&lt;/b&gt;&lt;/p&gt;&lt;hr size=&quot;1&quot; style=&quot;border-style:solid;&quot;&gt;&lt;p style=&quot;margin:0px;margin-left:4px;&quot;&gt;&lt;br&gt;&lt;/p&gt;&lt;p style=&quot;margin:0px;margin-left:4px;&quot;&gt;&lt;br&gt;&lt;/p&gt;&lt;hr size=&quot;1&quot; style=&quot;border-style:solid;&quot;&gt;&lt;p style=&quot;margin:0px;margin-left:4px;&quot;&gt;&lt;span style=&quot;color: rgb(63, 63, 63); scrollbar-color: rgb(226, 226, 226) rgb(251, 251, 251); background-color: transparent;&quot;&gt;+Convert&lt;/span&gt;&lt;/p&gt;&lt;p style=&quot;text-align: center; margin: 0px 0px 0px 4px;&quot;&gt;&lt;span style=&quot;color: rgb(63, 63, 63); scrollbar-color: rgb(226, 226, 226) rgb(251, 251, 251); background-color: transparent;&quot;&gt;(&lt;/span&gt;&lt;span style=&quot;scrollbar-color: rgb(226, 226, 226) rgb(251, 251, 251); background-color: transparent; text-align: center; color: rgb(63, 63, 63);&quot;&gt;&amp;nbsp;List&amp;lt;Employee&amp;gt; target&lt;/span&gt;&lt;span style=&quot;background-color: transparent; scrollbar-color: rgb(226, 226, 226) rgb(251, 251, 251); color: rgb(63, 63, 63);&quot;&gt;)&lt;/span&gt;&lt;span style=&quot;background-color: transparent; color: rgb(63, 63, 63);&quot;&gt;：UnregisteredEmployeesResponse&lt;/span&gt;&lt;/p&gt;" style="verticalAlign=top;align=left;overflow=fill;html=1;whiteSpace=wrap;" parent="1" vertex="1">
                    <mxGeometry x="2090" y="1120" width="240" height="120" as="geometry"/>
                </mxCell>
                <mxCell id="86" style="edgeStyle=none;html=1;exitX=0.396;exitY=0;exitDx=0;exitDy=0;entryX=0.308;entryY=0.994;entryDx=0;entryDy=0;entryPerimeter=0;exitPerimeter=0;" parent="1" source="85" target="84" edge="1">
                    <mxGeometry relative="1" as="geometry"/>
                </mxCell>
                <mxCell id="87" value="&amp;lt;&amp;lt;Use&amp;gt;&amp;gt;" style="text;html=1;align=center;verticalAlign=middle;whiteSpace=wrap;rounded=0;" parent="1" vertex="1">
                    <mxGeometry x="2210" y="1090" width="60" height="30" as="geometry"/>
                </mxCell>
                <mxCell id="88" value="&lt;p style=&quot;margin:0px;margin-top:4px;text-align:center;&quot;&gt;&lt;b&gt;GetCategoriesController&lt;/b&gt;&lt;/p&gt;&lt;hr size=&quot;1&quot; style=&quot;border-style:solid;&quot;&gt;&lt;p style=&quot;margin:0px;margin-left:4px;&quot;&gt;&lt;span style=&quot;color: rgb(63, 63, 63); background-color: transparent;&quot;&gt;&amp;nbsp;+GetCategories() : GetCategoriesResponse&lt;/span&gt;&lt;/p&gt;" style="verticalAlign=top;align=left;overflow=fill;html=1;whiteSpace=wrap;" parent="1" vertex="1">
                    <mxGeometry x="1280" y="870" width="330" height="180" as="geometry"/>
                </mxCell>
                <mxCell id="89" value="&lt;p style=&quot;margin:0px;margin-top:4px;text-align:center;&quot;&gt;&lt;b style=&quot;color: rgb(63, 63, 63); background-color: transparent;&quot;&gt;GetCategoriesViewModelAdapter&lt;/b&gt;&lt;/p&gt;&lt;hr size=&quot;1&quot; style=&quot;border-style:solid;&quot;&gt;&lt;p style=&quot;margin:0px;margin-left:4px;&quot;&gt;&lt;br&gt;&lt;/p&gt;&lt;p style=&quot;margin:0px;margin-left:4px;&quot;&gt;&lt;br&gt;&lt;/p&gt;&lt;hr size=&quot;1&quot; style=&quot;border-style:solid;&quot;&gt;&lt;p style=&quot;margin:0px;margin-left:4px;&quot;&gt;&lt;span style=&quot;color: rgb(63, 63, 63); scrollbar-color: rgb(226, 226, 226) rgb(251, 251, 251); background-color: transparent;&quot;&gt;+&lt;/span&gt;&lt;span style=&quot;background-color: transparent; color: rgb(63, 63, 63);&quot;&gt;Restore&lt;/span&gt;&lt;/p&gt;&lt;p style=&quot;text-align: center; margin: 0px 0px 0px 4px;&quot;&gt;&lt;span style=&quot;color: rgb(63, 63, 63); scrollbar-color: rgb(226, 226, 226) rgb(251, 251, 251); background-color: transparent;&quot;&gt;(List&amp;lt;Category&amp;gt;&lt;/span&gt;&lt;span style=&quot;background-color: transparent; scrollbar-color: rgb(226, 226, 226) rgb(251, 251, 251); color: rgb(63, 63, 63);&quot;&gt;)&lt;/span&gt;&lt;span style=&quot;background-color: transparent; color: rgb(63, 63, 63);&quot;&gt;：GetCategoriesResponse&lt;/span&gt;&lt;/p&gt;" style="verticalAlign=top;align=left;overflow=fill;html=1;whiteSpace=wrap;" parent="1" vertex="1">
                    <mxGeometry x="1280" y="1120" width="220" height="120" as="geometry"/>
                </mxCell>
                <mxCell id="90" style="edgeStyle=none;html=1;exitX=0.5;exitY=0;exitDx=0;exitDy=0;entryX=0.332;entryY=1.009;entryDx=0;entryDy=0;entryPerimeter=0;" parent="1" source="89" target="88" edge="1">
                    <mxGeometry relative="1" as="geometry"/>
                </mxCell>
                <mxCell id="91" value="&amp;lt;&amp;lt;Use&amp;gt;&amp;gt;" style="text;html=1;align=center;verticalAlign=middle;whiteSpace=wrap;rounded=0;" parent="1" vertex="1">
                    <mxGeometry x="1401.75" y="1080" width="60" height="30" as="geometry"/>
                </mxCell>
                <mxCell id="92" style="edgeStyle=none;html=1;exitX=0.5;exitY=0;exitDx=0;exitDy=0;entryX=0.337;entryY=1.02;entryDx=0;entryDy=0;entryPerimeter=0;" parent="1" source="94" target="93" edge="1">
                    <mxGeometry relative="1" as="geometry"/>
                </mxCell>
                <mxCell id="93" value="&lt;p style=&quot;margin:0px;margin-top:4px;text-align:center;&quot;&gt;&lt;b&gt;GetProductInfoByIdController&lt;/b&gt;&lt;/p&gt;&lt;hr size=&quot;1&quot; style=&quot;border-style:solid;&quot;&gt;&lt;p style=&quot;color: rgb(63, 63, 63); scrollbar-color: rgb(226, 226, 226) rgb(251, 251, 251); margin: 0px 0px 0px 4px;&quot;&gt;&lt;span style=&quot;background-color: transparent;&quot;&gt;+GetInfoById([FromQuery] productUuId: string) : GetProductInfoResponse&lt;/span&gt;&lt;/p&gt;" style="verticalAlign=top;align=left;overflow=fill;html=1;whiteSpace=wrap;" parent="1" vertex="1">
                    <mxGeometry x="110" y="870" width="290" height="180" as="geometry"/>
                </mxCell>
                <mxCell id="94" value="&lt;p style=&quot;margin:0px;margin-top:4px;text-align:center;&quot;&gt;&lt;span style=&quot;color: rgb(63, 63, 63); background-color: transparent;&quot;&gt;&lt;span style=&quot;color: rgb(63, 63, 63);&quot;&gt;GetProduct&lt;/span&gt;ViewModelAdapter&lt;/span&gt;&lt;/p&gt;&lt;hr size=&quot;1&quot; style=&quot;border-style:solid;&quot;&gt;&lt;p style=&quot;margin:0px;margin-left:4px;&quot;&gt;&lt;br&gt;&lt;/p&gt;&lt;p style=&quot;margin:0px;margin-left:4px;&quot;&gt;&lt;br&gt;&lt;/p&gt;&lt;hr size=&quot;1&quot; style=&quot;border-style:solid;&quot;&gt;&lt;p style=&quot;margin:0px;margin-left:4px;&quot;&gt;&lt;span style=&quot;color: rgb(63, 63, 63); scrollbar-color: rgb(226, 226, 226) rgb(251, 251, 251); background-color: transparent;&quot;&gt;+Convert&lt;/span&gt;&lt;/p&gt;&lt;p style=&quot;text-align: center; margin: 0px 0px 0px 4px;&quot;&gt;&lt;span style=&quot;color: rgb(63, 63, 63); scrollbar-color: rgb(226, 226, 226) rgb(251, 251, 251); background-color: transparent;&quot;&gt;(Product&lt;/span&gt;&lt;span style=&quot;background-color: transparent; scrollbar-color: rgb(226, 226, 226) rgb(251, 251, 251); color: rgb(63, 63, 63);&quot;&gt;)&lt;/span&gt;&lt;span style=&quot;background-color: transparent; color: rgb(63, 63, 63);&quot;&gt;：GetProductInfoResponse&lt;/span&gt;&lt;/p&gt;" style="verticalAlign=top;align=left;overflow=fill;html=1;whiteSpace=wrap;" parent="1" vertex="1">
                    <mxGeometry x="110" y="1120" width="195" height="120" as="geometry"/>
                </mxCell>
                <mxCell id="95" value="&amp;lt;&amp;lt;Use&amp;gt;&amp;gt;" style="text;html=1;align=center;verticalAlign=middle;whiteSpace=wrap;rounded=0;" parent="1" vertex="1">
                    <mxGeometry x="273.75" y="1080" width="60" height="30" as="geometry"/>
                </mxCell>
                <mxCell id="98" value="&lt;p style=&quot;margin:0px;margin-top:4px;text-align:center;&quot;&gt;&lt;span style=&quot;color: rgb(63, 63, 63);&quot;&gt;&lt;b&gt;UnregisteredEmployeesResponse&lt;/b&gt;&lt;/span&gt;&lt;/p&gt;&lt;hr size=&quot;1&quot; style=&quot;border-style:solid;&quot;&gt;&lt;p style=&quot;margin:0px;margin-left:4px;&quot;&gt;+employees : List&amp;lt;UnregisteredEmployeeItem&amp;gt;&amp;nbsp;&lt;/p&gt;&lt;hr size=&quot;1&quot; style=&quot;border-style:solid;&quot;&gt;&lt;p style=&quot;margin:0px;margin-left:4px;&quot;&gt;&lt;br&gt;&lt;/p&gt;" style="verticalAlign=top;align=left;overflow=fill;html=1;whiteSpace=wrap;" parent="1" vertex="1">
                    <mxGeometry x="2100" y="1290" width="210" height="120" as="geometry"/>
                </mxCell>
                <mxCell id="99" value="&lt;p style=&quot;margin:0px;margin-top:4px;text-align:center;&quot;&gt;&lt;span style=&quot;color: rgb(63, 63, 63);&quot;&gt;&lt;b&gt;UnregisteredEmployeesItem&lt;/b&gt;&lt;/span&gt;&lt;/p&gt;&lt;hr size=&quot;1&quot; style=&quot;border-style:solid;&quot;&gt;&lt;p style=&quot;margin:0px;margin-left:4px;&quot;&gt;&lt;/p&gt;&lt;p style=&quot;margin:0px;margin-left:4px;&quot;&gt;&lt;/p&gt;+employeeId : int&amp;nbsp;&lt;div&gt;+accountName : string&amp;nbsp;&lt;/div&gt;&lt;div&gt;+password : string&lt;/div&gt;" style="verticalAlign=top;align=left;overflow=fill;html=1;whiteSpace=wrap;" parent="1" vertex="1">
                    <mxGeometry x="2100" y="1500" width="210" height="120" as="geometry"/>
                </mxCell>
                <mxCell id="101" value="&lt;p style=&quot;margin:0px;margin-top:4px;text-align:center;&quot;&gt;&lt;span style=&quot;color: rgb(63, 63, 63);&quot;&gt;&lt;b&gt;SearchProductsResponse&lt;/b&gt;&lt;/span&gt;&lt;/p&gt;&lt;hr size=&quot;1&quot; style=&quot;border-style:solid;&quot;&gt;&lt;p style=&quot;margin:0px;margin-left:4px;&quot;&gt;+Products: List&amp;lt;productsItem&amp;gt;&amp;nbsp;&lt;/p&gt;&lt;hr size=&quot;1&quot; style=&quot;border-style:solid;&quot;&gt;&lt;p style=&quot;margin:0px;margin-left:4px;&quot;&gt;&lt;br&gt;&lt;/p&gt;" style="verticalAlign=top;align=left;overflow=fill;html=1;whiteSpace=wrap;" parent="1" vertex="1">
                    <mxGeometry x="520" y="1300" width="210" height="120" as="geometry"/>
                </mxCell>
                <mxCell id="102" value="&lt;p style=&quot;margin:0px;margin-top:4px;text-align:center;&quot;&gt;&lt;span style=&quot;color: rgb(63, 63, 63);&quot;&gt;&lt;b&gt;ProductsItem&lt;/b&gt;&lt;/span&gt;&lt;/p&gt;&lt;hr size=&quot;1&quot; style=&quot;border-style:solid;&quot;&gt;&lt;p style=&quot;margin:0px;margin-left:4px;&quot;&gt;&lt;/p&gt;&lt;p style=&quot;margin:0px;margin-left:4px;&quot;&gt;&lt;/p&gt;+ProductUuid:string&lt;div&gt;+ProductName : string&amp;nbsp;&lt;/div&gt;&lt;div&gt;+Price : int&lt;/div&gt;&lt;div&gt;+ImageUrl : string&lt;/div&gt;" style="verticalAlign=top;align=left;overflow=fill;html=1;whiteSpace=wrap;" parent="1" vertex="1">
                    <mxGeometry x="515" y="1490" width="210" height="120" as="geometry"/>
                </mxCell>
                <mxCell id="103" value="&lt;p style=&quot;margin:0px;margin-top:4px;text-align:center;&quot;&gt;&lt;b&gt;GetProductInfoResponse&lt;/b&gt;&lt;/p&gt;&lt;hr size=&quot;1&quot; style=&quot;border-style:solid;&quot;&gt;&lt;p style=&quot;color: rgb(63, 63, 63); scrollbar-color: rgb(226, 226, 226) rgb(251, 251, 251); margin: 0px 0px 0px 4px;&quot;&gt;&lt;span style=&quot;scrollbar-color: rgb(226, 226, 226) rgb(251, 251, 251); background-color: transparent; color: rgb(63, 63, 63);&quot;&gt;+ProductUuid:string&lt;/span&gt;&lt;/p&gt;&lt;p style=&quot;color: rgb(63, 63, 63); scrollbar-color: rgb(226, 226, 226) rgb(251, 251, 251); margin: 0px 0px 0px 4px;&quot;&gt;&lt;span style=&quot;scrollbar-color: rgb(226, 226, 226) rgb(251, 251, 251); background-color: transparent; color: rgb(63, 63, 63);&quot;&gt;+ProductName : string&lt;/span&gt;&lt;/p&gt;&lt;p style=&quot;color: rgb(63, 63, 63); scrollbar-color: rgb(226, 226, 226) rgb(251, 251, 251); margin: 0px 0px 0px 4px;&quot;&gt;+Price : int&lt;/p&gt;&lt;p style=&quot;color: rgb(63, 63, 63); scrollbar-color: rgb(226, 226, 226) rgb(251, 251, 251); margin: 0px 0px 0px 4px;&quot;&gt;+Stock : int&lt;/p&gt;&lt;p style=&quot;color: rgb(63, 63, 63); scrollbar-color: rgb(226, 226, 226) rgb(251, 251, 251); margin: 0px 0px 0px 4px;&quot;&gt;+CategoryId : string&lt;/p&gt;&lt;p style=&quot;color: rgb(63, 63, 63); scrollbar-color: rgb(226, 226, 226) rgb(251, 251, 251); margin: 0px 0px 0px 4px;&quot;&gt;+ImageUrl : IformFile&lt;/p&gt;&lt;p style=&quot;margin:0px;margin-left:4px;&quot;&gt;&lt;br&gt;&lt;/p&gt;&lt;hr size=&quot;1&quot; style=&quot;border-style:solid;&quot;&gt;&lt;p style=&quot;margin:0px;margin-left:4px;&quot;&gt;&lt;br&gt;&lt;/p&gt;" style="verticalAlign=top;align=left;overflow=fill;html=1;whiteSpace=wrap;" parent="1" vertex="1">
                    <mxGeometry x="122.5" y="1285" width="170" height="150" as="geometry"/>
                </mxCell>
                <mxCell id="105" value="&lt;p style=&quot;margin:0px;margin-top:4px;text-align:center;&quot;&gt;&lt;/p&gt;&lt;p style=&quot;margin:0px;margin-left:4px;&quot;&gt;&lt;b&gt;LoginViewModelAdapter&lt;/b&gt;&lt;/p&gt;&lt;p style=&quot;margin:0px;margin-left:4px;&quot;&gt;&lt;br&gt;&lt;/p&gt;&lt;hr size=&quot;1&quot; style=&quot;border-style:solid;&quot;&gt;&lt;p style=&quot;margin:0px;margin-left:4px;&quot;&gt;&lt;span style=&quot;color: rgb(63, 63, 63); scrollbar-color: rgb(226, 226, 226) rgb(251, 251, 251); background-color: transparent;&quot;&gt;+Convert&lt;/span&gt;&lt;/p&gt;&lt;p style=&quot;text-align: center; margin: 0px 0px 0px 4px;&quot;&gt;&lt;span style=&quot;color: rgb(63, 63, 63); scrollbar-color: rgb(226, 226, 226) rgb(251, 251, 251); background-color: transparent;&quot;&gt;(&lt;/span&gt;&lt;span style=&quot;scrollbar-color: rgb(226, 226, 226) rgb(251, 251, 251); background-color: transparent; text-align: center; color: rgb(63, 63, 63);&quot;&gt;&amp;nbsp;{Token, EmployeeAccount}&lt;/span&gt;&lt;span style=&quot;background-color: transparent; scrollbar-color: rgb(226, 226, 226) rgb(251, 251, 251); color: rgb(63, 63, 63);&quot;&gt;)&lt;/span&gt;&lt;span style=&quot;background-color: transparent; color: rgb(63, 63, 63);&quot;&gt;：TokenResponse&lt;/span&gt;&lt;/p&gt;" style="verticalAlign=top;align=left;overflow=fill;html=1;whiteSpace=wrap;" parent="1" vertex="1">
                    <mxGeometry x="2520" y="1120" width="240" height="120" as="geometry"/>
                </mxCell>
                <mxCell id="112" value="" style="endArrow=open;startArrow=circlePlus;endFill=0;startFill=0;endSize=8;html=1;" parent="1" source="102" target="101" edge="1">
                    <mxGeometry width="160" relative="1" as="geometry">
                        <mxPoint x="650" y="1450" as="sourcePoint"/>
                        <mxPoint x="810" y="1450" as="targetPoint"/>
                    </mxGeometry>
                </mxCell>
                <mxCell id="114" value="" style="endArrow=open;startArrow=circlePlus;endFill=0;startFill=0;endSize=8;html=1;" parent="1" source="99" target="98" edge="1">
                    <mxGeometry width="160" relative="1" as="geometry">
                        <mxPoint x="2170" y="1450" as="sourcePoint"/>
                        <mxPoint x="2330" y="1450" as="targetPoint"/>
                    </mxGeometry>
                </mxCell>
-                 <mxCell id="116" value="GetCategoryResponce" style="swimlane;fontStyle=1;align=center;verticalAlign=top;childLayout=stackLayout;horizontal=1;startSize=26;horizontalStack=0;resizeParent=1;resizeParentMax=0;resizeLast=0;collapsible=1;marginBottom=0;whiteSpace=wrap;html=1;" vertex="1" parent="1">
+                 <mxCell id="116" value="GetCategoryResponce" style="swimlane;fontStyle=1;align=center;verticalAlign=top;childLayout=stackLayout;horizontal=1;startSize=26;horizontalStack=0;resizeParent=1;resizeParentMax=0;resizeLast=0;collapsible=1;marginBottom=0;whiteSpace=wrap;html=1;" parent="1" vertex="1">
                    <mxGeometry x="-210" y="1330" width="260" height="60" as="geometry"/>
                </mxCell>
-                 <mxCell id="117" value="&lt;span style=&quot;color: rgb(63, 63, 63);&quot;&gt;+Categories: List&amp;lt;categoriesItem&amp;gt;&amp;nbsp;&lt;/span&gt;" style="text;strokeColor=none;fillColor=none;align=left;verticalAlign=top;spacingLeft=4;spacingRight=4;overflow=hidden;rotatable=0;points=[[0,0.5],[1,0.5]];portConstraint=eastwest;whiteSpace=wrap;html=1;" vertex="1" parent="116">
+                 <mxCell id="117" value="&lt;span style=&quot;color: rgb(63, 63, 63);&quot;&gt;+Categories: List&amp;lt;categoriesItem&amp;gt;&amp;nbsp;&lt;/span&gt;" style="text;strokeColor=none;fillColor=none;align=left;verticalAlign=top;spacingLeft=4;spacingRight=4;overflow=hidden;rotatable=0;points=[[0,0.5],[1,0.5]];portConstraint=eastwest;whiteSpace=wrap;html=1;" parent="116" vertex="1">
                    <mxGeometry y="26" width="260" height="26" as="geometry"/>
                </mxCell>
-                 <mxCell id="118" value="" style="line;strokeWidth=1;fillColor=none;align=left;verticalAlign=middle;spacingTop=-1;spacingLeft=3;spacingRight=3;rotatable=0;labelPosition=right;points=[];portConstraint=eastwest;strokeColor=inherit;" vertex="1" parent="116">
+                 <mxCell id="118" value="" style="line;strokeWidth=1;fillColor=none;align=left;verticalAlign=middle;spacingTop=-1;spacingLeft=3;spacingRight=3;rotatable=0;labelPosition=right;points=[];portConstraint=eastwest;strokeColor=inherit;" parent="116" vertex="1">
                    <mxGeometry y="52" width="260" height="8" as="geometry"/>
                </mxCell>
-                 <mxCell id="120" value="&lt;p style=&quot;margin:0px;margin-top:4px;text-align:center;&quot;&gt;&lt;span style=&quot;color: rgb(63, 63, 63);&quot;&gt;&lt;b&gt;CategoriesItem&lt;/b&gt;&lt;/span&gt;&lt;/p&gt;&lt;hr size=&quot;1&quot; style=&quot;border-style:solid;&quot;&gt;&lt;p style=&quot;margin:0px;margin-left:4px;&quot;&gt;&lt;/p&gt;&lt;p style=&quot;margin:0px;margin-left:4px;&quot;&gt;&lt;/p&gt;+CategoryUuid:string&lt;div&gt;&lt;font color=&quot;#000000&quot;&gt;+CategoryId:string&lt;br&gt;&lt;/font&gt;&lt;div&gt;+Name : string&amp;nbsp;&lt;/div&gt;&lt;/div&gt;" style="verticalAlign=top;align=left;overflow=fill;html=1;whiteSpace=wrap;" vertex="1" parent="1">
+                 <mxCell id="120" value="&lt;p style=&quot;margin:0px;margin-top:4px;text-align:center;&quot;&gt;&lt;span style=&quot;color: rgb(63, 63, 63);&quot;&gt;&lt;b&gt;CategoriesItem&lt;/b&gt;&lt;/span&gt;&lt;/p&gt;&lt;hr size=&quot;1&quot; style=&quot;border-style:solid;&quot;&gt;&lt;p style=&quot;margin:0px;margin-left:4px;&quot;&gt;&lt;/p&gt;&lt;p style=&quot;margin:0px;margin-left:4px;&quot;&gt;&lt;/p&gt;+CategoryUuid:string&lt;div&gt;&lt;font color=&quot;#000000&quot;&gt;+CategoryId:string&lt;br&gt;&lt;/font&gt;&lt;div&gt;+Name : string&amp;nbsp;&lt;/div&gt;&lt;/div&gt;" style="verticalAlign=top;align=left;overflow=fill;html=1;whiteSpace=wrap;" parent="1" vertex="1">
                    <mxGeometry x="-220" y="1460" width="210" height="120" as="geometry"/>
                </mxCell>
-                 <mxCell id="121" value="" style="endArrow=open;startArrow=circlePlus;endFill=0;startFill=0;endSize=8;html=1;exitX=0.5;exitY=0;exitDx=0;exitDy=0;" edge="1" parent="1" source="120">
+                 <mxCell id="121" value="" style="endArrow=open;startArrow=circlePlus;endFill=0;startFill=0;endSize=8;html=1;exitX=0.5;exitY=0;exitDx=0;exitDy=0;" parent="1" source="120" edge="1">
                    <mxGeometry width="160" relative="1" as="geometry">
                        <mxPoint x="630" y="1460" as="sourcePoint"/>
                        <mxPoint x="-115" y="1390" as="targetPoint"/>
                    </mxGeometry>
                </mxCell>
            </root>
        </mxGraphModel>
    </diagram>
</mxfile>